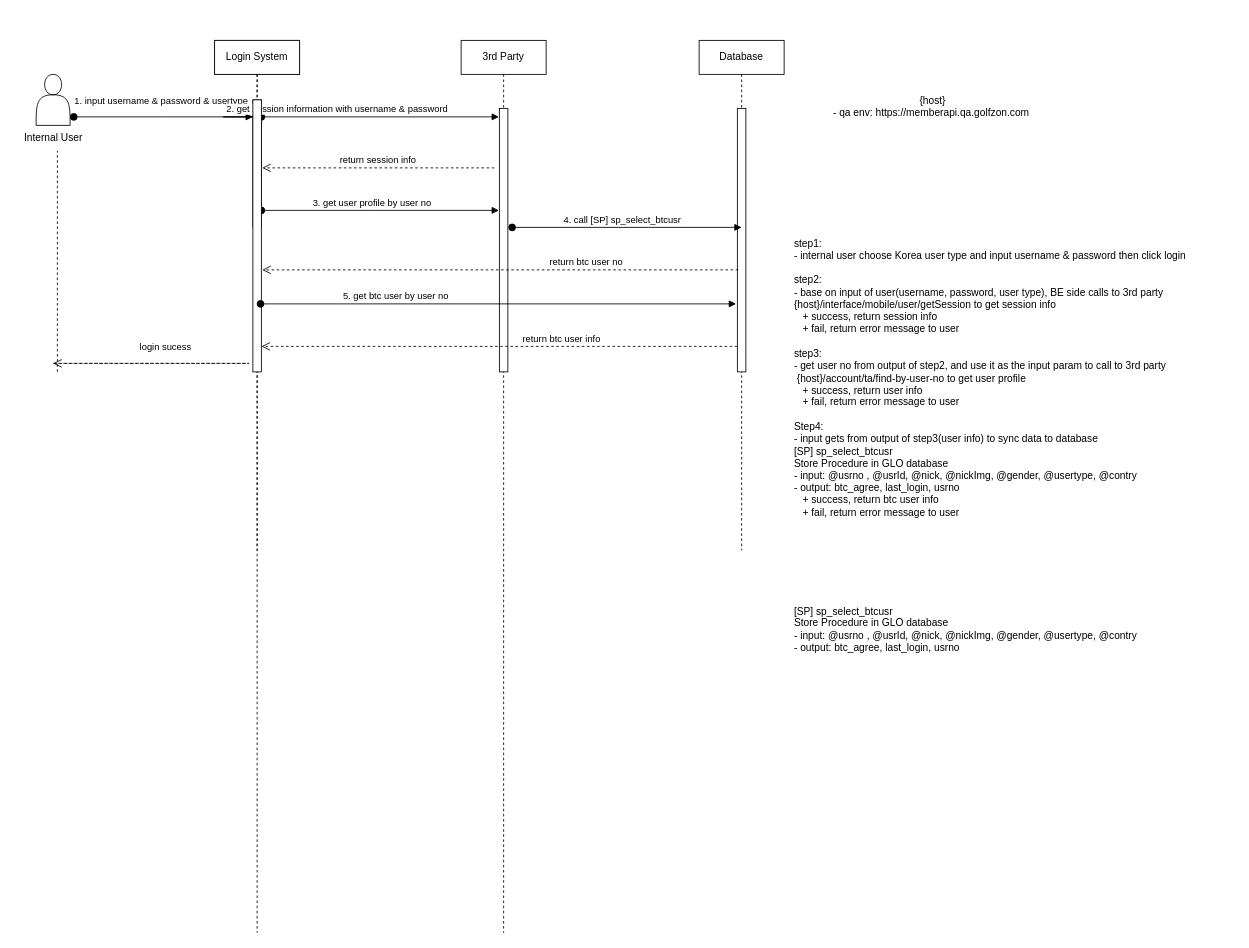
Before: Untitled Diagram.drawio in Vinsmoke998/big-file-handle, a draw.io diagram. Source tidied: cells renumbered, new cells numbered last; positions are measured from the earlier drawing's top-left corner, leaving out a move shared by most shapes. Both pictures are drawn from the tidied source at 85%, with x=0, y=0 at pixel (14, 40).
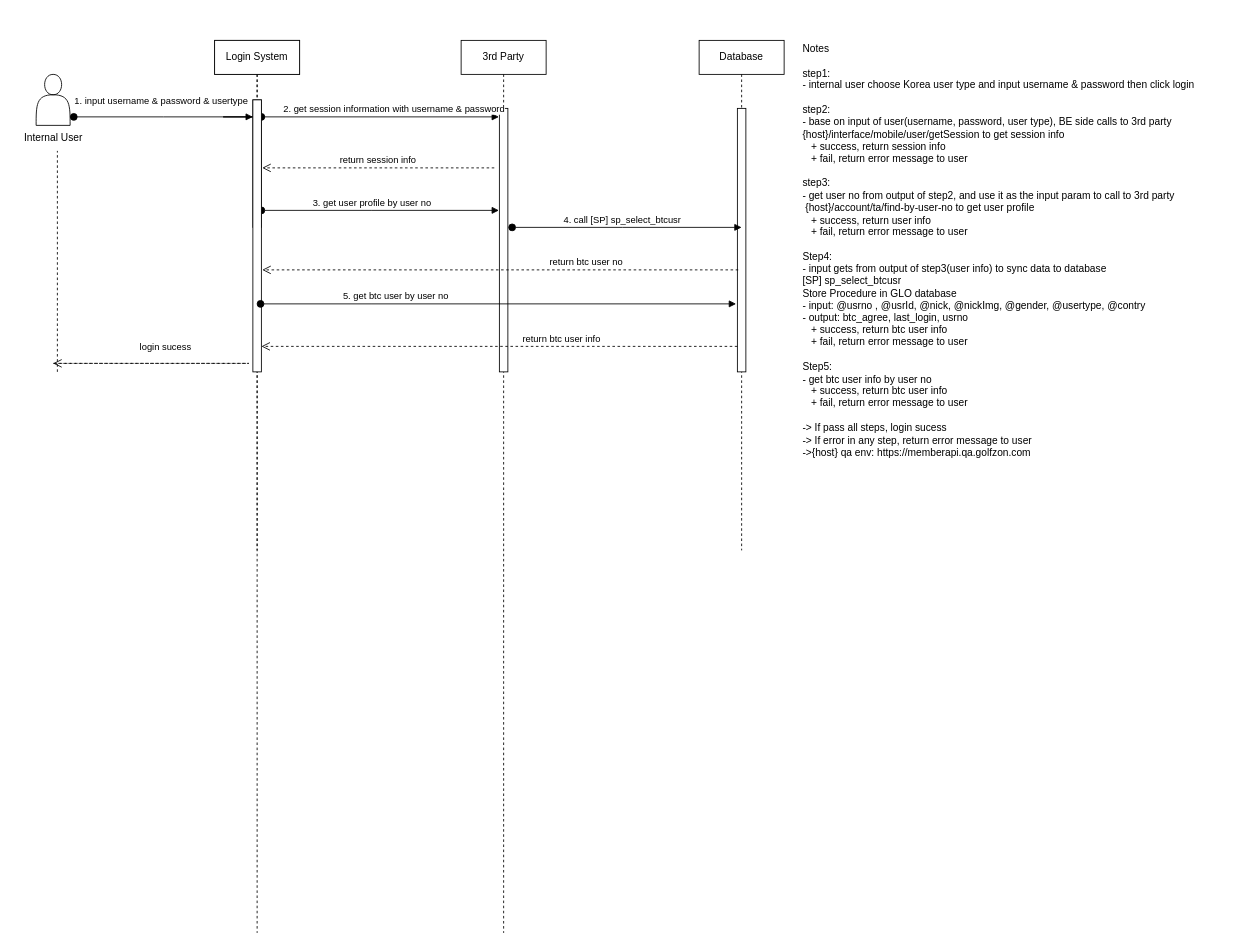
After the change.

Change to the diagram source:
```diff
@@
     <mxCell id="11" value="2. get session information with username &amp;amp; password" style="html=1;verticalAlign=bottom;startArrow=oval;endArrow=block;startSize=8;edgeStyle=elbowEdgeStyle;elbow=vertical;curved=0;rounded=0;exitX=0.659;exitY=0.029;exitDx=0;exitDy=0;exitPerimeter=0;" parent="1" edge="1">
-      <mxGeometry x="-0.03" relative="1" as="geometry">
+      <mxGeometry x="0.33" relative="1" as="geometry">
         <mxPoint x="290" y="90" as="sourcePoint" />
         <mxPoint x="569.5" y="90" as="targetPoint" />
         <Array as="points">
           <mxPoint x="245" y="90" />
           <mxPoint x="295.7" y="59.1" />
           <mxPoint x="295.7" y="69.1" />
         </Array>
       </mxGeometry>
     </mxCell>
@@
-    <mxCell id="22" value="&lt;div style=&quot;&quot;&gt;&lt;span style=&quot;background-color: initial;&quot;&gt;{host}&lt;/span&gt;&lt;/div&gt;- qa env:&amp;nbsp;https://memberapi.qa.golfzon.com&lt;span style=&quot;background-color: initial;&quot;&gt;&amp;nbsp;&lt;/span&gt;" style="text;html=1;strokeColor=none;fillColor=none;align=center;verticalAlign=middle;whiteSpace=wrap;rounded=0;" parent="1" vertex="1">
-      <mxGeometry x="945" y="35" width="270" height="85" as="geometry" />
-    </mxCell>
-    <mxCell id="23" value="&lt;div style=&quot;&quot;&gt;[SP] sp_select_btcusr&lt;/div&gt;&lt;div style=&quot;&quot;&gt;Store Procedure in GLO database&lt;/div&gt;&lt;div style=&quot;&quot;&gt;- input:&amp;nbsp;&lt;span style=&quot;background-color: initial;&quot;&gt;@usrno&lt;/span&gt;&lt;span style=&quot;background-color: initial;&quot;&gt;&amp;nbsp;,&amp;nbsp;&lt;/span&gt;&lt;span style=&quot;background-color: initial;&quot;&gt;@usrId,&amp;nbsp;@nick,&amp;nbsp;@nickImg,&amp;nbsp;@gender,&amp;nbsp;@usertype,&amp;nbsp;@contry&lt;/span&gt;&lt;/div&gt;&lt;div style=&quot;&quot;&gt;- output: btc_agree, last_login, usrno&lt;/div&gt;" style="text;html=1;strokeColor=none;fillColor=none;align=left;verticalAlign=middle;whiteSpace=wrap;rounded=0;" parent="1" vertex="1">
-      <mxGeometry x="915" y="650" width="470" height="85" as="geometry" />
-    </mxCell>
-    <mxCell id="24" value="&lt;div style=&quot;&quot;&gt;&lt;span style=&quot;background-color: initial;&quot;&gt;&lt;br&gt;&lt;/span&gt;&lt;/div&gt;&lt;div style=&quot;&quot;&gt;&lt;span style=&quot;background-color: initial;&quot;&gt;step1:&lt;/span&gt;&lt;/div&gt;&lt;div style=&quot;&quot;&gt;&lt;span style=&quot;background-color: initial;&quot;&gt;- internal user choose Korea user type and input username &amp;amp; password then click login&lt;/span&gt;&lt;/div&gt;&lt;div style=&quot;&quot;&gt;&lt;span style=&quot;background-color: initial;&quot;&gt;&lt;br&gt;&lt;/span&gt;&lt;/div&gt;&lt;div style=&quot;&quot;&gt;step2:&lt;/div&gt;&lt;div style=&quot;&quot;&gt;- base on input of user(username, password, user type), BE side calls to 3rd party&amp;nbsp;&lt;/div&gt;{host}/interface/mobile/user/getSession to get session info&lt;br&gt;&amp;nbsp; &amp;nbsp;+ success, return session info&lt;br&gt;&amp;nbsp; &amp;nbsp;+ fail, return error message to user&lt;br&gt;&lt;div style=&quot;&quot;&gt;&amp;nbsp;&lt;/div&gt;&lt;div style=&quot;&quot;&gt;step3:&lt;/div&gt;&lt;div style=&quot;&quot;&gt;&lt;/div&gt;- get user no from&lt;span style=&quot;background-color: initial;&quot;&gt;&amp;nbsp;output of step2, and use it as the input param to call to 3rd party&amp;nbsp;&lt;/span&gt;&lt;br&gt;&amp;nbsp;{host}/account/ta/find-by-user-no to get user profile&lt;br&gt;&amp;nbsp; &amp;nbsp;+ success, return user info&lt;br&gt;&amp;nbsp; &amp;nbsp;+ fail, return error message to user&lt;br&gt;&lt;br&gt;Step4:&lt;br&gt;- input gets from output of step3(user info) to sync data to database&lt;br&gt;&lt;div&gt;[SP] sp_select_btcusr&lt;/div&gt;&lt;div&gt;Store Procedure in GLO database&lt;/div&gt;&lt;div&gt;- input:&amp;nbsp;@usrno&lt;span style=&quot;background-color: initial;&quot;&gt;&amp;nbsp;,&amp;nbsp;&lt;/span&gt;&lt;span style=&quot;background-color: initial;&quot;&gt;@usrId,&amp;nbsp;@nick,&amp;nbsp;@nickImg,&amp;nbsp;@gender,&amp;nbsp;@usertype,&amp;nbsp;@contry&lt;/span&gt;&lt;/div&gt;&lt;div&gt;- output: btc_agree, last_login, usrno&lt;/div&gt;&lt;div&gt;&amp;nbsp; &amp;nbsp;+ success, return btc user info&lt;br&gt;&amp;nbsp; &amp;nbsp;+ fail, return error message to user&lt;br&gt;&lt;/div&gt;" style="text;html=1;strokeColor=none;fillColor=none;align=left;verticalAlign=middle;whiteSpace=wrap;rounded=0;" parent="1" vertex="1">
-      <mxGeometry x="915" y="120" width="510" height="540" as="geometry" />
+    <mxCell id="24" value="&lt;div style=&quot;&quot;&gt;&lt;span style=&quot;background-color: initial;&quot;&gt;&lt;br&gt;&lt;/span&gt;&lt;/div&gt;&lt;div style=&quot;&quot;&gt;&lt;span style=&quot;background-color: initial;&quot;&gt;Notes&lt;/span&gt;&lt;/div&gt;&lt;div style=&quot;&quot;&gt;&lt;span style=&quot;background-color: initial;&quot;&gt;&lt;br&gt;&lt;/span&gt;&lt;/div&gt;&lt;div style=&quot;&quot;&gt;&lt;span style=&quot;background-color: initial;&quot;&gt;step1:&lt;/span&gt;&lt;/div&gt;&lt;div style=&quot;&quot;&gt;&lt;span style=&quot;background-color: initial;&quot;&gt;- internal user choose Korea user type and input username &amp;amp; password then click login&lt;/span&gt;&lt;/div&gt;&lt;div style=&quot;&quot;&gt;&lt;span style=&quot;background-color: initial;&quot;&gt;&lt;br&gt;&lt;/span&gt;&lt;/div&gt;&lt;div style=&quot;&quot;&gt;step2:&lt;/div&gt;&lt;div style=&quot;&quot;&gt;- base on input of user(username, password, user type), BE side calls to 3rd party&amp;nbsp;&lt;/div&gt;{host}/interface/mobile/user/getSession to get session info&lt;br&gt;&amp;nbsp; &amp;nbsp;+ success, return session info&lt;br&gt;&amp;nbsp; &amp;nbsp;+ fail, return error message to user&lt;br&gt;&lt;div style=&quot;&quot;&gt;&amp;nbsp;&lt;/div&gt;&lt;div style=&quot;&quot;&gt;step3:&lt;/div&gt;&lt;div style=&quot;&quot;&gt;&lt;/div&gt;- get user no from&lt;span style=&quot;background-color: initial;&quot;&gt;&amp;nbsp;output of step2, and use it as the input param to call to 3rd party&amp;nbsp;&lt;/span&gt;&lt;br&gt;&amp;nbsp;{host}/account/ta/find-by-user-no to get user profile&lt;br&gt;&amp;nbsp; &amp;nbsp;+ success, return user info&lt;br&gt;&amp;nbsp; &amp;nbsp;+ fail, return error message to user&lt;br&gt;&lt;br&gt;Step4:&lt;br&gt;- input gets from output of step3(user info) to sync data to database&lt;br&gt;&lt;div&gt;[SP] sp_select_btcusr&lt;/div&gt;&lt;div&gt;Store Procedure in GLO database&lt;/div&gt;&lt;div&gt;- input:&amp;nbsp;@usrno&lt;span style=&quot;background-color: initial;&quot;&gt;&amp;nbsp;,&amp;nbsp;&lt;/span&gt;&lt;span style=&quot;background-color: initial;&quot;&gt;@usrId,&amp;nbsp;@nick,&amp;nbsp;@nickImg,&amp;nbsp;@gender,&amp;nbsp;@usertype,&amp;nbsp;@contry&lt;/span&gt;&lt;/div&gt;&lt;div&gt;- output: btc_agree, last_login, usrno&lt;/div&gt;&lt;div&gt;&amp;nbsp; &amp;nbsp;+ success, return btc user info&lt;br&gt;&amp;nbsp; &amp;nbsp;+ fail, return error message to user&lt;br&gt;&lt;/div&gt;&lt;div&gt;&lt;br&gt;&lt;/div&gt;&lt;div&gt;Step5:&lt;/div&gt;&lt;div&gt;- get btc user info by user no&lt;/div&gt;&lt;div&gt;&amp;nbsp; &amp;nbsp;+ success, return btc user info&lt;br&gt;&amp;nbsp; &amp;nbsp;+ fail, return error message to user&lt;br&gt;&lt;/div&gt;&lt;div&gt;&lt;br&gt;&lt;/div&gt;&lt;div&gt;-&amp;gt; If pass all steps, login sucess&lt;/div&gt;&lt;div&gt;-&amp;gt; If error in any step, return error message to user&lt;/div&gt;&lt;div&gt;&lt;span style=&quot;text-align: center;&quot;&gt;-&amp;gt;{host} qa env:&amp;nbsp;https://memberapi.qa.golfzon.com&lt;/span&gt;&lt;span style=&quot;text-align: center; background-color: initial;&quot;&gt;&amp;nbsp;&lt;/span&gt;&lt;br&gt;&lt;/div&gt;" style="text;html=1;strokeColor=none;fillColor=none;align=left;verticalAlign=middle;whiteSpace=wrap;rounded=0;" parent="1" vertex="1">
+      <mxGeometry x="925" y="-30" width="510" height="540" as="geometry" />
     </mxCell>
```
